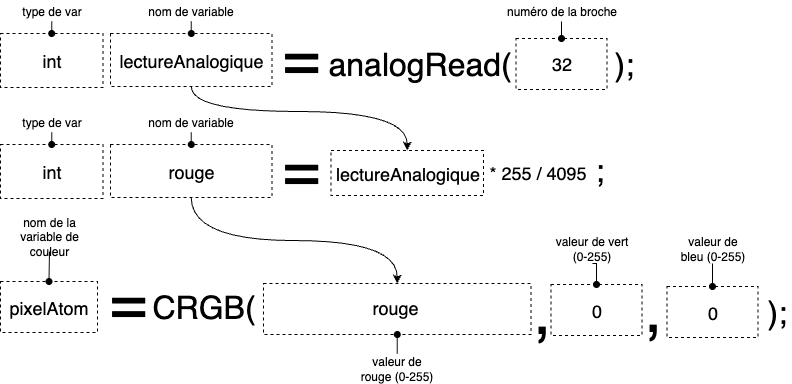
Before: m5stack/units/angle/code_crgb_exercice2.drawio.png, a diagram exported from draw.io (thomasfredericks/aide). Source tidied: cells renumbered, new cells last; positions are measured from the earlier drawing's top-left corner, leaving out a move shared by most shapes. The source it was exported from:
```xml
<mxGraphModel>
  <root>
    <mxCell id="0" />
    <mxCell id="1" parent="0" />
    <mxCell id="2" value="pixelAtom" style="rounded=0;whiteSpace=wrap;html=1;dashed=1;fillColor=none;fontSize=18;" parent="1" vertex="1">
      <mxGeometry y="281" width="97" height="51" as="geometry" />
    </mxCell>
    <mxCell id="3" style="edgeStyle=orthogonalEdgeStyle;rounded=0;jettySize=auto;html=1;exitX=0.5;exitY=1;exitDx=0;exitDy=0;entryX=0.5;entryY=0;entryDx=0;entryDy=0;endArrow=oval;endFill=1;" parent="1" edge="1" source="4" target="2">
      <mxGeometry relative="1" as="geometry" />
    </mxCell>
    <mxCell id="4" value="nom de la variable de couleur" style="text;html=1;align=center;verticalAlign=middle;whiteSpace=wrap;rounded=0;" parent="1" vertex="1">
      <mxGeometry y="221" width="98" height="30" as="geometry" />
    </mxCell>
    <mxCell id="5" value="&lt;font style=&quot;font-size: 64px;&quot;&gt;=&lt;/font&gt;" style="text;html=1;align=left;verticalAlign=middle;whiteSpace=wrap;rounded=0;" parent="1" vertex="1">
      <mxGeometry x="107" y="273" width="51" height="55" as="geometry" />
    </mxCell>
    <mxCell id="6" value="&lt;font style=&quot;font-size: 32px;&quot;&gt;CRGB(&lt;/font&gt;" style="text;html=1;align=left;verticalAlign=middle;whiteSpace=wrap;rounded=0;" parent="1" vertex="1">
      <mxGeometry x="150" y="279" width="113" height="55" as="geometry" />
    </mxCell>
    <mxCell id="7" style="rounded=0;whiteSpace=wrap;html=1;dashed=1;fillColor=none;" parent="1" vertex="1">
      <mxGeometry x="263" y="283" width="267.5" height="51" as="geometry" />
    </mxCell>
    <mxCell id="8" value="&lt;font style=&quot;font-size: 64px;&quot;&gt;,&lt;/font&gt;" style="text;html=1;align=left;verticalAlign=middle;whiteSpace=wrap;rounded=0;" parent="1" vertex="1">
      <mxGeometry x="530.5" y="283" width="23" height="55" as="geometry" />
    </mxCell>
    <mxCell id="9" value="0" style="rounded=0;whiteSpace=wrap;html=1;dashed=1;fillColor=none;fontSize=18;" parent="1" vertex="1">
      <mxGeometry x="550.5" y="284" width="91" height="51" as="geometry" />
    </mxCell>
    <mxCell id="10" value="0" style="rounded=0;whiteSpace=wrap;html=1;dashed=1;fillColor=none;fontSize=18;" parent="1" vertex="1">
      <mxGeometry x="666.5" y="286" width="91" height="51" as="geometry" />
    </mxCell>
    <mxCell id="11" value="&lt;font style=&quot;font-size: 64px;&quot;&gt;,&lt;/font&gt;" style="text;html=1;align=left;verticalAlign=middle;whiteSpace=wrap;rounded=0;" parent="1" vertex="1">
      <mxGeometry x="641.5" y="282" width="23" height="55" as="geometry" />
    </mxCell>
    <mxCell id="12" value="&lt;span style=&quot;font-size: 32px;&quot;&gt;)&lt;/span&gt;&lt;font style=&quot;font-size: 32px;&quot;&gt;;&lt;/font&gt;" style="text;html=1;align=left;verticalAlign=middle;whiteSpace=wrap;rounded=0;" parent="1" vertex="1">
      <mxGeometry x="764.5" y="284" width="27" height="55" as="geometry" />
    </mxCell>
    <mxCell id="13" style="edgeStyle=orthogonalEdgeStyle;rounded=0;jettySize=auto;html=1;exitX=0.5;exitY=0;exitDx=0;exitDy=0;entryX=0.5;entryY=1;entryDx=0;entryDy=0;endArrow=oval;endFill=1;" parent="1" edge="1" source="14" target="7">
      <mxGeometry relative="1" as="geometry" />
    </mxCell>
    <mxCell id="14" value="valeur de rouge (0-255)" style="text;html=1;align=center;verticalAlign=middle;whiteSpace=wrap;rounded=0;" parent="1" vertex="1">
      <mxGeometry x="358.2" y="353" width="77" height="30" as="geometry" />
    </mxCell>
    <mxCell id="15" style="edgeStyle=orthogonalEdgeStyle;rounded=0;jettySize=auto;html=1;exitX=0.5;exitY=1;exitDx=0;exitDy=0;entryX=0.5;entryY=0;entryDx=0;entryDy=0;endArrow=oval;endFill=1;" parent="1" edge="1" source="16" target="9">
      <mxGeometry relative="1" as="geometry" />
    </mxCell>
    <mxCell id="16" value="valeur de vert (0-255)" style="text;html=1;align=center;verticalAlign=middle;whiteSpace=wrap;rounded=0;" parent="1" vertex="1">
      <mxGeometry x="553.5" y="233" width="77" height="30" as="geometry" />
    </mxCell>
    <mxCell id="17" style="edgeStyle=orthogonalEdgeStyle;rounded=0;jettySize=auto;html=1;exitX=0.5;exitY=1;exitDx=0;exitDy=0;entryX=0.5;entryY=0;entryDx=0;entryDy=0;endArrow=oval;endFill=1;" parent="1" edge="1" source="18" target="10">
      <mxGeometry relative="1" as="geometry" />
    </mxCell>
    <mxCell id="18" value="valeur de bleu (0-255)" style="text;html=1;align=center;verticalAlign=middle;whiteSpace=wrap;rounded=0;" parent="1" vertex="1">
      <mxGeometry x="673.5" y="233" width="77" height="30" as="geometry" />
    </mxCell>
    <mxCell id="19" value="&lt;font style=&quot;font-size: 18px;&quot;&gt;int&lt;/font&gt;" style="rounded=0;whiteSpace=wrap;html=1;dashed=1;fillColor=none;" parent="1" vertex="1">
      <mxGeometry y="33" width="102.5" height="54" as="geometry" />
    </mxCell>
    <mxCell id="20" style="edgeStyle=orthogonalEdgeStyle;rounded=0;jettySize=auto;html=1;exitX=0.5;exitY=1;exitDx=0;exitDy=0;entryX=0.5;entryY=0;entryDx=0;entryDy=0;curved=1;" parent="1" edge="1" source="21" target="40">
      <mxGeometry relative="1" as="geometry">
        <Array as="points">
          <mxPoint x="191" y="111" />
          <mxPoint x="407" y="111" />
        </Array>
      </mxGeometry>
    </mxCell>
    <mxCell id="21" value="&lt;font style=&quot;font-size: 18px;&quot;&gt;lectureAnalogique&lt;/font&gt;" style="rounded=0;whiteSpace=wrap;html=1;dashed=1;fillColor=none;" parent="1" vertex="1">
      <mxGeometry x="110" y="33" width="161.5" height="53" as="geometry" />
    </mxCell>
    <mxCell id="22" value="&lt;font style=&quot;font-size: 64px;&quot;&gt;=&lt;/font&gt;" style="text;html=1;align=left;verticalAlign=middle;whiteSpace=wrap;rounded=0;" parent="1" vertex="1">
      <mxGeometry x="279.5" y="29" width="51" height="55" as="geometry" />
    </mxCell>
    <mxCell id="23" value="&lt;font style=&quot;font-size: 32px;&quot;&gt;analogRead(&lt;/font&gt;" style="text;html=1;align=left;verticalAlign=middle;whiteSpace=wrap;rounded=0;" parent="1" vertex="1">
      <mxGeometry x="325.5" y="36" width="194" height="55" as="geometry" />
    </mxCell>
    <mxCell id="24" value="32" style="rounded=0;whiteSpace=wrap;html=1;dashed=1;fillColor=none;fontSize=18;" parent="1" vertex="1">
      <mxGeometry x="515.5" y="38" width="91" height="51" as="geometry" />
    </mxCell>
    <mxCell id="25" value="&lt;font style=&quot;font-size: 32px;&quot;&gt;);&lt;/font&gt;" style="text;html=1;align=left;verticalAlign=middle;whiteSpace=wrap;rounded=0;" parent="1" vertex="1">
      <mxGeometry x="612.5" y="36" width="175" height="55" as="geometry" />
    </mxCell>
    <mxCell id="26" style="edgeStyle=orthogonalEdgeStyle;rounded=0;jettySize=auto;html=1;exitX=0.5;exitY=1;exitDx=0;exitDy=0;entryX=0.5;entryY=0;entryDx=0;entryDy=0;endArrow=oval;endFill=1;" parent="1" edge="1" source="27" target="19">
      <mxGeometry relative="1" as="geometry" />
    </mxCell>
    <mxCell id="27" value="type de var" style="text;html=1;align=center;verticalAlign=middle;whiteSpace=wrap;rounded=0;" parent="1" vertex="1">
      <mxGeometry x="12.8" width="77" height="21" as="geometry" />
    </mxCell>
    <mxCell id="28" style="edgeStyle=orthogonalEdgeStyle;rounded=0;jettySize=auto;html=1;exitX=0.5;exitY=1;exitDx=0;exitDy=0;entryX=0.5;entryY=0;entryDx=0;entryDy=0;endArrow=oval;endFill=1;" parent="1" edge="1" source="29" target="21">
      <mxGeometry relative="1" as="geometry" />
    </mxCell>
    <mxCell id="29" value="nom de variable" style="text;html=1;align=center;verticalAlign=middle;whiteSpace=wrap;rounded=0;" parent="1" vertex="1">
      <mxGeometry x="131.2" width="119" height="21" as="geometry" />
    </mxCell>
    <mxCell id="30" style="edgeStyle=orthogonalEdgeStyle;rounded=0;jettySize=auto;html=1;exitX=0.5;exitY=1;exitDx=0;exitDy=0;entryX=0.5;entryY=0;entryDx=0;entryDy=0;endArrow=oval;endFill=1;" parent="1" edge="1" source="31" target="24">
      <mxGeometry relative="1" as="geometry" />
    </mxCell>
    <mxCell id="31" value="numéro de la broche" style="text;html=1;align=center;verticalAlign=middle;whiteSpace=wrap;rounded=0;" parent="1" vertex="1">
      <mxGeometry x="501.5" width="119" height="21" as="geometry" />
    </mxCell>
    <mxCell id="32" value="&lt;font style=&quot;font-size: 18px;&quot;&gt;int&lt;/font&gt;" style="rounded=0;whiteSpace=wrap;html=1;dashed=1;fillColor=none;" parent="1" vertex="1">
      <mxGeometry y="144" width="102.5" height="54" as="geometry" />
    </mxCell>
    <mxCell id="33" style="edgeStyle=orthogonalEdgeStyle;rounded=0;jettySize=auto;html=1;exitX=0.5;exitY=1;exitDx=0;exitDy=0;entryX=0.5;entryY=0;entryDx=0;entryDy=0;curved=1;" parent="1" edge="1" source="34" target="7">
      <mxGeometry relative="1" as="geometry" />
    </mxCell>
    <mxCell id="34" value="&lt;font style=&quot;font-size: 18px;&quot;&gt;rouge&lt;/font&gt;" style="rounded=0;whiteSpace=wrap;html=1;dashed=1;fillColor=none;" parent="1" vertex="1">
      <mxGeometry x="110" y="144" width="161.5" height="53" as="geometry" />
    </mxCell>
    <mxCell id="35" value="&lt;font style=&quot;font-size: 64px;&quot;&gt;=&lt;/font&gt;" style="text;html=1;align=left;verticalAlign=middle;whiteSpace=wrap;rounded=0;" parent="1" vertex="1">
      <mxGeometry x="279.5" y="140" width="51" height="55" as="geometry" />
    </mxCell>
    <mxCell id="36" style="edgeStyle=orthogonalEdgeStyle;rounded=0;jettySize=auto;html=1;exitX=0.5;exitY=1;exitDx=0;exitDy=0;entryX=0.5;entryY=0;entryDx=0;entryDy=0;endArrow=oval;endFill=1;" parent="1" edge="1" source="37" target="32">
      <mxGeometry relative="1" as="geometry" />
    </mxCell>
    <mxCell id="37" value="type de var" style="text;html=1;align=center;verticalAlign=middle;whiteSpace=wrap;rounded=0;" parent="1" vertex="1">
      <mxGeometry x="12.8" y="111" width="77" height="21" as="geometry" />
    </mxCell>
    <mxCell id="38" style="edgeStyle=orthogonalEdgeStyle;rounded=0;jettySize=auto;html=1;exitX=0.5;exitY=1;exitDx=0;exitDy=0;entryX=0.5;entryY=0;entryDx=0;entryDy=0;endArrow=oval;endFill=1;" parent="1" edge="1" source="39" target="34">
      <mxGeometry relative="1" as="geometry" />
    </mxCell>
    <mxCell id="39" value="nom de variable" style="text;html=1;align=center;verticalAlign=middle;whiteSpace=wrap;rounded=0;" parent="1" vertex="1">
      <mxGeometry x="131.2" y="111" width="119" height="21" as="geometry" />
    </mxCell>
    <mxCell id="40" value="&lt;font style=&quot;font-size: 18px;&quot;&gt;lectureAnalogique&lt;/font&gt;" style="rounded=0;whiteSpace=wrap;html=1;dashed=1;fillColor=none;" parent="1" vertex="1">
      <mxGeometry x="330.5" y="150" width="152.5" height="45" as="geometry" />
    </mxCell>
    <mxCell id="41" value="&lt;font style=&quot;font-size: 18px;&quot;&gt;* 255 / 4095&lt;/font&gt;" style="text;html=1;align=left;verticalAlign=middle;whiteSpace=wrap;rounded=0;" parent="1" vertex="1">
      <mxGeometry x="487.5" y="144" width="109" height="55" as="geometry" />
    </mxCell>
    <mxCell id="42" value="&lt;font style=&quot;font-size: 32px;&quot;&gt;;&lt;/font&gt;" style="text;html=1;align=left;verticalAlign=middle;whiteSpace=wrap;rounded=0;" parent="1" vertex="1">
      <mxGeometry x="593" y="142" width="175" height="55" as="geometry" />
    </mxCell>
    <mxCell id="43" value="rouge" style="text;html=1;align=center;verticalAlign=middle;whiteSpace=wrap;rounded=0;fontSize=18;" parent="1" vertex="1">
      <mxGeometry x="365" y="291.5" width="60" height="30" as="geometry" />
    </mxCell>
  </root>
</mxGraphModel>
```
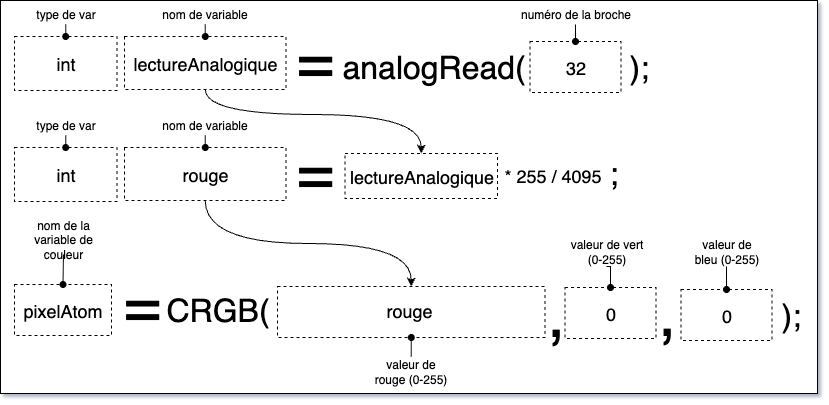
After the commit.

Change to the diagram source:
```diff
@@ -1,7 +1,10 @@
-<mxGraphModel>
+<mxGraphModel background="#ffffff" shadow="1">
   <root>
     <mxCell id="0" />
     <mxCell id="1" parent="0" />
+    <mxCell id="44" style="rounded=0;whiteSpace=wrap;html=1;" parent="1" vertex="1">
+      <mxGeometry x="-14" y="-3" width="817" height="393" as="geometry" />
+    </mxCell>
     <mxCell id="2" value="pixelAtom" style="rounded=0;whiteSpace=wrap;html=1;dashed=1;fillColor=none;fontSize=18;" parent="1" vertex="1">
       <mxGeometry y="281" width="97" height="51" as="geometry" />
     </mxCell>
```
